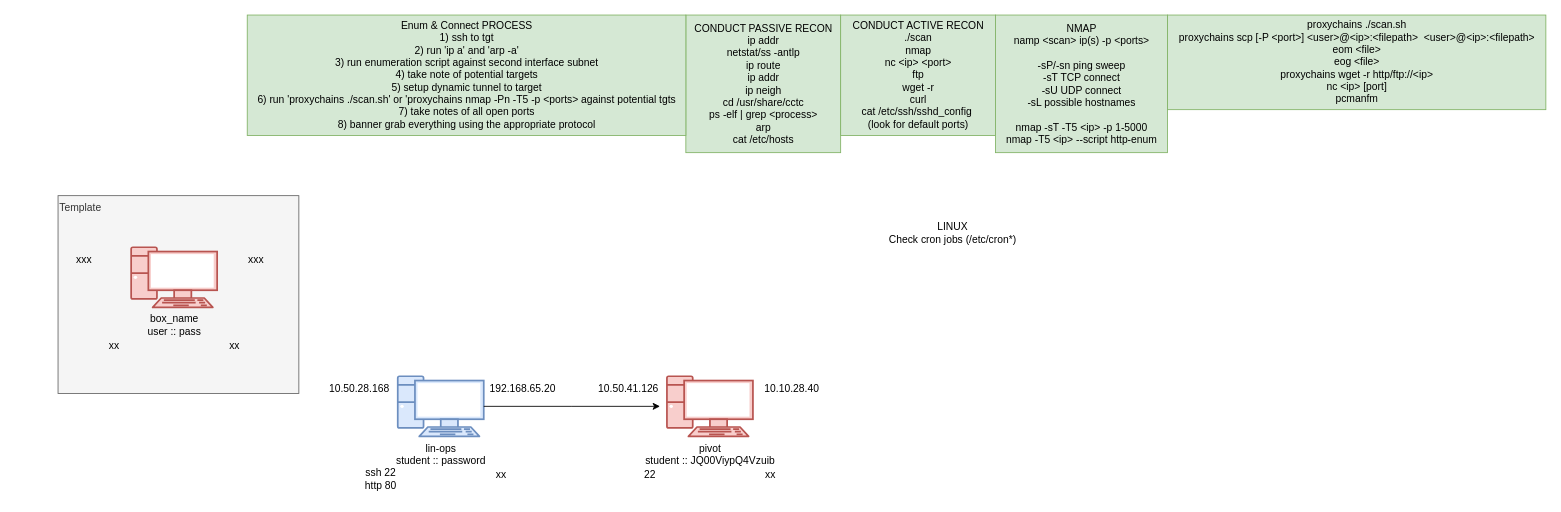
wifi96h/new keeps this draw.io diagram as CCTC/SEC/_template_.drawio. Above is the earlier version. Source tidied: cells renumbered, new cells numbered last; positions are measured from the earlier drawing's top-left corner, leaving out a move shared by most shapes. Both pictures are drawn from the tidied source at 86%, with x=0, y=0 at pixel (58, 15).
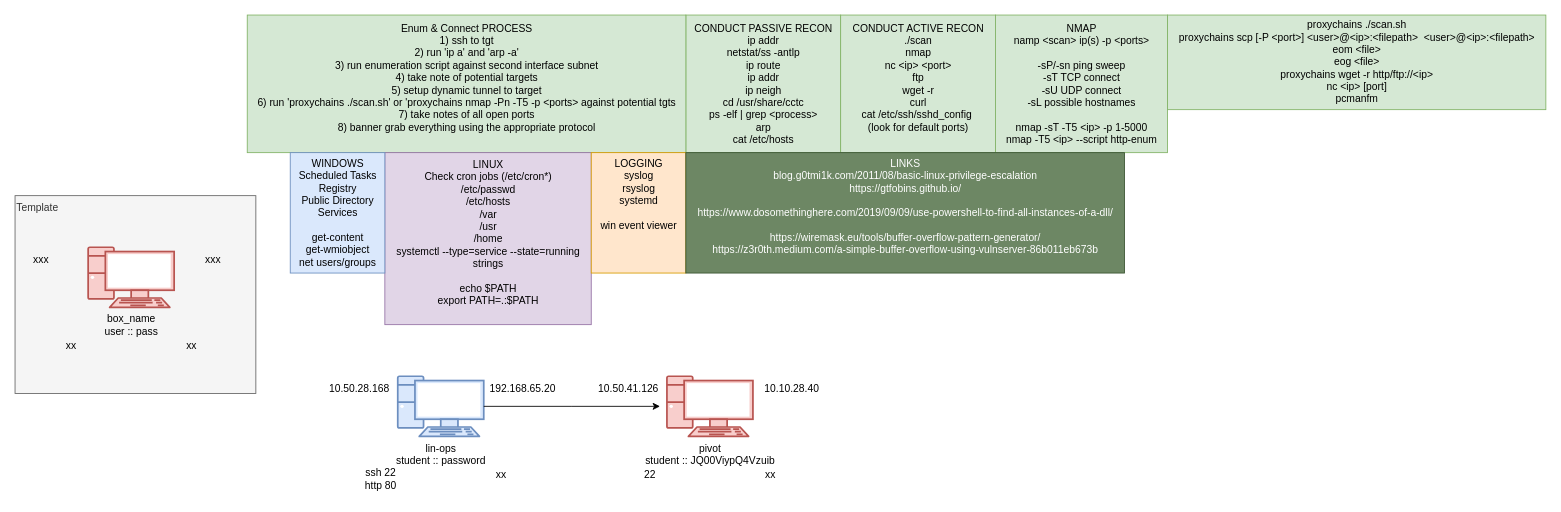
The same diagram, later.

The edit, as a diff of the source:
```diff
@@
     <mxCell id="2" value="Template" style="whiteSpace=wrap;html=1;verticalAlign=top;align=left;fillColor=#f5f5f5;fontColor=#333333;strokeColor=#666666;" parent="1" vertex="1">
-      <mxGeometry y="210" width="280" height="230" as="geometry" />
+      <mxGeometry x="-50" y="210" width="280" height="230" as="geometry" />
     </mxCell>
@@
-    <mxCell id="19" value="&lt;div&gt;CONDUCT ACTIVE RECON&lt;/div&gt;&lt;div&gt;./scan&lt;/div&gt;&lt;div&gt;nmap&lt;/div&gt;&lt;div&gt;nc &amp;lt;ip&amp;gt; &amp;lt;port&amp;gt;&lt;/div&gt;&lt;div&gt;ftp&lt;/div&gt;&lt;div&gt;wget -r&lt;/div&gt;&lt;div&gt;curl&lt;/div&gt;&lt;div&gt;cat /etc/ssh/sshd_config&amp;nbsp;&lt;/div&gt;&lt;div&gt;(look for default ports)&lt;/div&gt;" style="text;html=1;align=center;verticalAlign=middle;strokeColor=#82b366;fillColor=#d5e8d4;" parent="1" vertex="1">
-      <mxGeometry x="910" width="180" height="140" as="geometry" />
+    <mxCell id="19" value="&lt;div&gt;CONDUCT ACTIVE RECON&lt;/div&gt;&lt;div&gt;./scan&lt;/div&gt;&lt;div&gt;nmap&lt;/div&gt;&lt;div&gt;nc &amp;lt;ip&amp;gt; &amp;lt;port&amp;gt;&lt;/div&gt;&lt;div&gt;ftp&lt;/div&gt;&lt;div&gt;wget -r&lt;/div&gt;&lt;div&gt;curl&lt;/div&gt;&lt;div&gt;cat /etc/ssh/sshd_config&amp;nbsp;&lt;/div&gt;&lt;div&gt;(look for default ports)&lt;/div&gt;&lt;div&gt;&lt;br&gt;&lt;/div&gt;" style="text;html=1;align=center;verticalAlign=middle;strokeColor=#82b366;fillColor=#d5e8d4;" parent="1" vertex="1">
+      <mxGeometry x="910" width="180" height="160" as="geometry" />
     </mxCell>
@@
-    <mxCell id="22" value="&lt;div&gt;Enum &amp;amp; Connect PROCESS&lt;/div&gt;&lt;div&gt;1) ssh to tgt&lt;/div&gt;&lt;div&gt;2) run 'ip a' and 'arp -a'&lt;/div&gt;&lt;div&gt;3) run enumeration script against second interface subnet&lt;/div&gt;&lt;div&gt;4) take note of potential targets&lt;/div&gt;&lt;div&gt;5) setup dynamic tunnel to target&lt;/div&gt;&lt;div&gt;6) run 'proxychains ./scan.sh' or 'proxychains nmap -Pn -T5 -p &amp;lt;ports&amp;gt; against potential tgts&lt;/div&gt;&lt;div&gt;7) take notes of all open ports&lt;/div&gt;&lt;div&gt;8) banner grab everything using the appropriate protocol&lt;/div&gt;" style="text;html=1;align=center;verticalAlign=middle;strokeColor=#82b366;fillColor=#d5e8d4;" parent="1" vertex="1">
-      <mxGeometry x="220" width="510" height="140" as="geometry" />
+    <mxCell id="22" value="&lt;div&gt;Enum &amp;amp; Connect PROCESS&lt;/div&gt;&lt;div&gt;1) ssh to tgt&lt;/div&gt;&lt;div&gt;2) run 'ip a' and 'arp -a'&lt;/div&gt;&lt;div&gt;3) run enumeration script against second interface subnet&lt;/div&gt;&lt;div&gt;4) take note of potential targets&lt;/div&gt;&lt;div&gt;5) setup dynamic tunnel to target&lt;/div&gt;&lt;div&gt;6) run 'proxychains ./scan.sh' or 'proxychains nmap -Pn -T5 -p &amp;lt;ports&amp;gt; against potential tgts&lt;/div&gt;&lt;div&gt;7) take notes of all open ports&lt;/div&gt;&lt;div&gt;8) banner grab everything using the appropriate protocol&lt;/div&gt;&lt;div&gt;&lt;br&gt;&lt;/div&gt;" style="text;html=1;align=center;verticalAlign=middle;strokeColor=#82b366;fillColor=#d5e8d4;" parent="1" vertex="1">
+      <mxGeometry x="220" width="510" height="160" as="geometry" />
     </mxCell>
     <mxCell id="23" style="group;" parent="1" vertex="1">
-      <mxGeometry x="10" y="250" width="265" height="150" as="geometry" />
+      <mxGeometry x="-40" y="250" width="265" height="150" as="geometry" />
     </mxCell>
@@
-    <mxCell id="31" value="LINUX&lt;div&gt;Check cron jobs (/etc/cron*)&lt;/div&gt;" style="text;html=1;align=center;verticalAlign=middle;strokeColor=none;fillColor=none;" parent="1" vertex="1">
-      <mxGeometry x="955" y="233" width="170" height="40" as="geometry" />
+    <mxCell id="31" value="LINUX&lt;div&gt;Check cron jobs (/etc/cron*)&lt;/div&gt;&lt;div&gt;/etc/passwd&lt;/div&gt;&lt;div&gt;/etc/hosts&lt;/div&gt;&lt;div&gt;/var&lt;/div&gt;&lt;div&gt;/usr&lt;/div&gt;&lt;div&gt;/home&lt;/div&gt;&lt;div&gt;&lt;div&gt;systemctl --type=service --state=running&lt;/div&gt;&lt;/div&gt;&lt;div&gt;strings&lt;/div&gt;&lt;div&gt;&lt;br&gt;&lt;/div&gt;&lt;div&gt;echo $PATH&lt;/div&gt;&lt;div&gt;export PATH=.:$PATH&lt;/div&gt;&lt;div&gt;&lt;br&gt;&lt;/div&gt;" style="text;html=1;align=center;verticalAlign=middle;strokeColor=#9673a6;fillColor=#e1d5e7;" parent="1" vertex="1">
+      <mxGeometry x="380" y="160" width="240" height="200" as="geometry" />
     </mxCell>
+    <mxCell id="32" value="WINDOWS&lt;div&gt;Scheduled Tasks&lt;/div&gt;&lt;div&gt;Registry&lt;/div&gt;&lt;div&gt;Public Directory&lt;/div&gt;&lt;div&gt;Services&lt;/div&gt;&lt;div&gt;&lt;br&gt;&lt;/div&gt;&lt;div&gt;get-content&lt;/div&gt;&lt;div&gt;get-wmiobject&lt;/div&gt;&lt;div&gt;net users/groups&lt;/div&gt;" style="text;html=1;align=center;verticalAlign=middle;strokeColor=#6c8ebf;fillColor=#dae8fc;" parent="1" vertex="1">
+      <mxGeometry x="270" y="160" width="110" height="140" as="geometry" />
+    </mxCell>
+    <mxCell id="33" value="LOGGING&lt;div&gt;syslog&lt;/div&gt;&lt;div&gt;rsyslog&lt;/div&gt;&lt;div&gt;systemd&lt;/div&gt;&lt;div&gt;&lt;br&gt;&lt;/div&gt;&lt;div&gt;win event viewer&lt;/div&gt;&lt;div&gt;&lt;br&gt;&lt;/div&gt;&lt;div&gt;&lt;br&gt;&lt;/div&gt;&lt;div&gt;&lt;br&gt;&lt;/div&gt;" style="text;html=1;align=center;verticalAlign=middle;strokeColor=#d79b00;fillColor=#ffe6cc;" parent="1" vertex="1">
+      <mxGeometry x="620" y="160" width="110" height="140" as="geometry" />
+    </mxCell>
+    <mxCell id="34" value="LINKS&lt;div&gt;blog.g0tmi1k.com/2011/08/basic-linux-privilege-escalation&lt;div&gt;https://gtfobins.github.io/&lt;/div&gt;&lt;div&gt;&lt;br&gt;&lt;div&gt;https://www.dosomethinghere.com/2019/09/09/use-powershell-to-find-all-instances-of-a-dll/&lt;br&gt;&lt;/div&gt;&lt;div&gt;&lt;br&gt;&lt;/div&gt;&lt;/div&gt;&lt;/div&gt;&lt;div&gt;https://wiremask.eu/tools/buffer-overflow-pattern-generator/&lt;br&gt;&lt;/div&gt;&lt;div&gt;https://z3r0th.medium.com/a-simple-buffer-overflow-using-vulnserver-86b011eb673b&lt;br&gt;&lt;/div&gt;&lt;div&gt;&lt;br&gt;&lt;/div&gt;" style="text;html=1;align=center;verticalAlign=middle;strokeColor=#3A5431;fillColor=#6d8764;fontColor=#ffffff;" parent="1" vertex="1">
+      <mxGeometry x="730" y="160" width="510" height="140" as="geometry" />
+    </mxCell>
```
